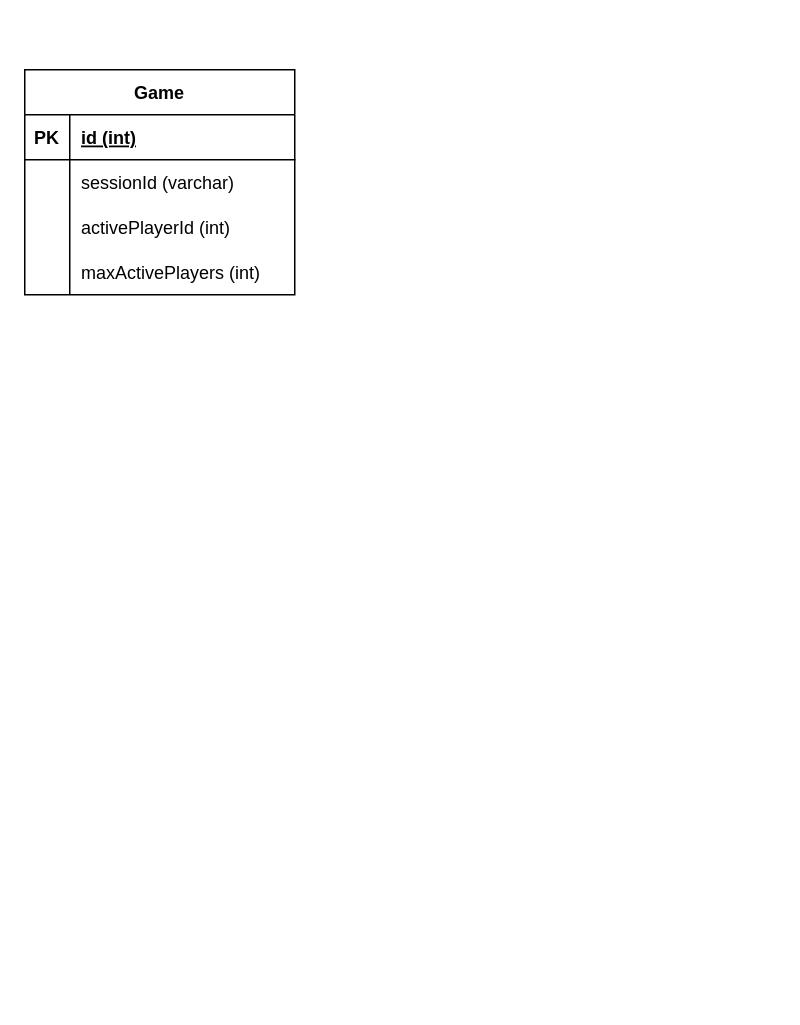
Fabi-M/GameOfThronesMonopoly keeps this draw.io diagram as Doku/Datenbank.drawio. Above is the earlier version. Source tidied: cells renumbered, new cells numbered last; positions are measured from the earlier drawing's top-left corner, leaving out a move shared by most shapes. Both pictures are drawn from the tidied source at 150%, with x=0, y=0 at pixel (24, 69).
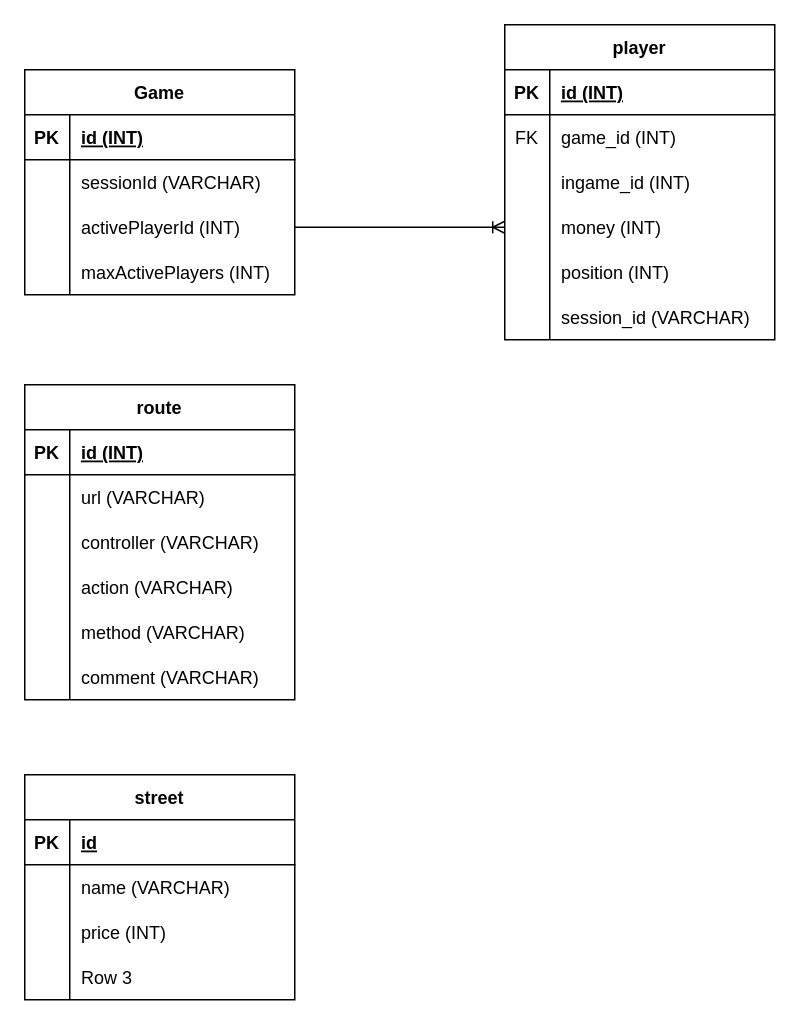
After the change.

Commit message:
UPDATED Datenbank ERM

The change refers to these unchanged cells:
```xml
<mxCell id="3" style="shape=tableRow;horizontal=0;startSize=0;swimlaneHead=0;swimlaneBody=0;fillColor=none;top=0;left=0;right=0;bottom=1;" parent="2" vertex="1">
  <mxGeometry y="30" width="180" height="30" as="geometry" />
</mxCell>
<mxCell id="6" style="shape=tableRow;horizontal=0;startSize=0;swimlaneHead=0;swimlaneBody=0;fillColor=none;top=0;left=0;right=0;bottom=0;" parent="2" vertex="1">
  <mxGeometry y="60" width="180" height="30" as="geometry" />
</mxCell>
<mxCell id="9" style="shape=tableRow;horizontal=0;startSize=0;swimlaneHead=0;swimlaneBody=0;fillColor=none;points=[[0,0.5],[1,0.5]];portConstraint=eastwest;top=0;left=0;right=0;bottom=0;" parent="2" vertex="1">
  <mxGeometry y="90" width="180" height="30" as="geometry" />
</mxCell>
<mxCell id="12" style="shape=tableRow;horizontal=0;startSize=0;swimlaneHead=0;swimlaneBody=0;fillColor=none;top=0;left=0;right=0;bottom=0;" parent="2" vertex="1">
  <mxGeometry y="120" width="180" height="30" as="geometry" />
</mxCell>
```

What changed in the source:
```diff
@@
-    <mxCell id="5" value="id (int)" style="shape=partialRectangle;fillColor=none;top=0;left=0;bottom=0;right=0;align=left;spacingLeft=6;fontStyle=5;overflow=hidden;" parent="3" vertex="1">
+    <mxCell id="5" value="id (INT)" style="shape=partialRectangle;fillColor=none;top=0;left=0;bottom=0;right=0;align=left;spacingLeft=6;fontStyle=5;overflow=hidden;" parent="3" vertex="1">
       <mxGeometry x="30" width="150" height="30" as="geometry" />
     </mxCell>
@@
-    <mxCell id="8" value="sessionId (varchar)" style="shape=partialRectangle;fillColor=none;top=0;left=0;bottom=0;right=0;align=left;spacingLeft=6;overflow=hidden;" parent="6" vertex="1">
+    <mxCell id="8" value="sessionId (VARCHAR)" style="shape=partialRectangle;fillColor=none;top=0;left=0;bottom=0;right=0;align=left;spacingLeft=6;overflow=hidden;" parent="6" vertex="1">
       <mxGeometry x="30" width="150" height="30" as="geometry" />
     </mxCell>
@@
-    <mxCell id="11" value="activePlayerId (int)" style="shape=partialRectangle;fillColor=none;top=0;left=0;bottom=0;right=0;align=left;spacingLeft=6;overflow=hidden;" parent="9" vertex="1">
+    <mxCell id="11" value="activePlayerId (INT)" style="shape=partialRectangle;fillColor=none;top=0;left=0;bottom=0;right=0;align=left;spacingLeft=6;overflow=hidden;" parent="9" vertex="1">
       <mxGeometry x="30" width="150" height="30" as="geometry" />
     </mxCell>
@@
-    <mxCell id="14" value="maxActivePlayers (int)" style="shape=partialRectangle;fillColor=none;top=0;left=0;bottom=0;right=0;align=left;spacingLeft=6;overflow=hidden;" parent="12" vertex="1">
+    <mxCell id="14" value="maxActivePlayers (INT)" style="shape=partialRectangle;fillColor=none;top=0;left=0;bottom=0;right=0;align=left;spacingLeft=6;overflow=hidden;" parent="12" vertex="1">
       <mxGeometry x="30" width="150" height="30" as="geometry" />
     </mxCell>
+    <mxCell id="15" value="player" style="shape=table;startSize=30;childLayout=tableLayout;rowLines=0;fontStyle=1;align=center;" parent="1" vertex="1">
+      <mxGeometry x="320" y="-30" width="180" height="210" as="geometry" />
+    </mxCell>
+    <mxCell id="16" style="shape=tableRow;horizontal=0;startSize=0;swimlaneHead=0;swimlaneBody=0;fillColor=none;top=0;left=0;right=0;bottom=1;" parent="15" vertex="1">
+      <mxGeometry y="30" width="180" height="30" as="geometry" />
+    </mxCell>
+    <mxCell id="17" value="PK" style="shape=partialRectangle;fillColor=none;top=0;left=0;bottom=0;right=0;fontStyle=1;overflow=hidden;" parent="16" vertex="1">
+      <mxGeometry width="30" height="30" as="geometry" />
+    </mxCell>
+    <mxCell id="18" value="id (INT)" style="shape=partialRectangle;fillColor=none;top=0;left=0;bottom=0;right=0;align=left;spacingLeft=6;fontStyle=5;overflow=hidden;" parent="16" vertex="1">
+      <mxGeometry x="30" width="150" height="30" as="geometry" />
+    </mxCell>
+    <mxCell id="19" style="shape=tableRow;horizontal=0;startSize=0;swimlaneHead=0;swimlaneBody=0;fillColor=none;top=0;left=0;right=0;bottom=0;" parent="15" vertex="1">
+      <mxGeometry y="60" width="180" height="30" as="geometry" />
+    </mxCell>
+    <mxCell id="20" value="FK" style="shape=partialRectangle;fillColor=none;top=0;left=0;bottom=0;right=0;overflow=hidden;" parent="19" vertex="1">
+      <mxGeometry width="30" height="30" as="geometry" />
+    </mxCell>
+    <mxCell id="21" value="game_id (INT)" style="shape=partialRectangle;fillColor=none;top=0;left=0;bottom=0;right=0;align=left;spacingLeft=6;overflow=hidden;" parent="19" vertex="1">
+      <mxGeometry x="30" width="150" height="30" as="geometry" />
+    </mxCell>
+    <mxCell id="22" style="shape=tableRow;horizontal=0;startSize=0;swimlaneHead=0;swimlaneBody=0;fillColor=none;top=0;left=0;right=0;bottom=0;" parent="15" vertex="1">
+      <mxGeometry y="90" width="180" height="30" as="geometry" />
+    </mxCell>
+    <mxCell id="23" style="shape=partialRectangle;fillColor=none;top=0;left=0;bottom=0;right=0;overflow=hidden;" parent="22" vertex="1">
+      <mxGeometry width="30" height="30" as="geometry" />
+    </mxCell>
+    <mxCell id="24" value="ingame_id (INT)" style="shape=partialRectangle;fillColor=none;top=0;left=0;bottom=0;right=0;align=left;spacingLeft=6;overflow=hidden;" parent="22" vertex="1">
+      <mxGeometry x="30" width="150" height="30" as="geometry" />
+    </mxCell>
+    <mxCell id="25" style="shape=tableRow;horizontal=0;startSize=0;swimlaneHead=0;swimlaneBody=0;fillColor=none;points=[[0,0.5],[1,0.5]];portConstraint=eastwest;top=0;left=0;right=0;bottom=0;" parent="15" vertex="1">
+      <mxGeometry y="120" width="180" height="30" as="geometry" />
+    </mxCell>
+    <mxCell id="26" style="shape=partialRectangle;fillColor=none;top=0;left=0;bottom=0;right=0;overflow=hidden;" parent="25" vertex="1">
+      <mxGeometry width="30" height="30" as="geometry" />
+    </mxCell>
+    <mxCell id="27" value="money (INT)" style="shape=partialRectangle;fillColor=none;top=0;left=0;bottom=0;right=0;align=left;spacingLeft=6;overflow=hidden;" parent="25" vertex="1">
+      <mxGeometry x="30" width="150" height="30" as="geometry" />
+    </mxCell>
+    <mxCell id="28" style="shape=tableRow;horizontal=0;startSize=0;swimlaneHead=0;swimlaneBody=0;fillColor=none;top=0;left=0;right=0;bottom=0;" parent="15" vertex="1">
+      <mxGeometry y="150" width="180" height="30" as="geometry" />
+    </mxCell>
+    <mxCell id="29" style="shape=partialRectangle;fillColor=none;top=0;left=0;bottom=0;right=0;overflow=hidden;" parent="28" vertex="1">
+      <mxGeometry width="30" height="30" as="geometry" />
+    </mxCell>
+    <mxCell id="30" value="position (INT)" style="shape=partialRectangle;fillColor=none;top=0;left=0;bottom=0;right=0;align=left;spacingLeft=6;overflow=hidden;" parent="28" vertex="1">
+      <mxGeometry x="30" width="150" height="30" as="geometry" />
+    </mxCell>
+    <mxCell id="31" style="shape=tableRow;horizontal=0;startSize=0;swimlaneHead=0;swimlaneBody=0;fillColor=none;top=0;left=0;right=0;bottom=0;" parent="15" vertex="1">
+      <mxGeometry y="180" width="180" height="30" as="geometry" />
+    </mxCell>
+    <mxCell id="32" style="shape=partialRectangle;fillColor=none;top=0;left=0;bottom=0;right=0;overflow=hidden;" parent="31" vertex="1">
+      <mxGeometry width="30" height="30" as="geometry" />
+    </mxCell>
+    <mxCell id="33" value="session_id (VARCHAR)" style="shape=partialRectangle;fillColor=none;top=0;left=0;bottom=0;right=0;align=left;spacingLeft=6;overflow=hidden;" parent="31" vertex="1">
+      <mxGeometry x="30" width="150" height="30" as="geometry" />
+    </mxCell>
+    <mxCell id="34" value="route" style="shape=table;startSize=30;childLayout=tableLayout;rowLines=0;fontStyle=1;align=center;" parent="1" vertex="1">
+      <mxGeometry y="210" width="180" height="210" as="geometry" />
+    </mxCell>
+    <mxCell id="35" style="shape=tableRow;horizontal=0;startSize=0;swimlaneHead=0;swimlaneBody=0;fillColor=none;top=0;left=0;right=0;bottom=1;" parent="34" vertex="1">
+      <mxGeometry y="30" width="180" height="30" as="geometry" />
+    </mxCell>
+    <mxCell id="36" value="PK" style="shape=partialRectangle;fillColor=none;top=0;left=0;bottom=0;right=0;fontStyle=1;overflow=hidden;" parent="35" vertex="1">
+      <mxGeometry width="30" height="30" as="geometry" />
+    </mxCell>
+    <mxCell id="37" value="id (INT)" style="shape=partialRectangle;fillColor=none;top=0;left=0;bottom=0;right=0;align=left;spacingLeft=6;fontStyle=5;overflow=hidden;" parent="35" vertex="1">
+      <mxGeometry x="30" width="150" height="30" as="geometry" />
+    </mxCell>
+    <mxCell id="38" style="shape=tableRow;horizontal=0;startSize=0;swimlaneHead=0;swimlaneBody=0;fillColor=none;top=0;left=0;right=0;bottom=0;" parent="34" vertex="1">
+      <mxGeometry y="60" width="180" height="30" as="geometry" />
+    </mxCell>
+    <mxCell id="39" style="shape=partialRectangle;fillColor=none;top=0;left=0;bottom=0;right=0;overflow=hidden;" parent="38" vertex="1">
+      <mxGeometry width="30" height="30" as="geometry" />
+    </mxCell>
+    <mxCell id="40" value="url (VARCHAR)" style="shape=partialRectangle;fillColor=none;top=0;left=0;bottom=0;right=0;align=left;spacingLeft=6;overflow=hidden;" parent="38" vertex="1">
+      <mxGeometry x="30" width="150" height="30" as="geometry" />
+    </mxCell>
+    <mxCell id="41" style="shape=tableRow;horizontal=0;startSize=0;swimlaneHead=0;swimlaneBody=0;fillColor=none;top=0;left=0;right=0;bottom=0;" parent="34" vertex="1">
+      <mxGeometry y="90" width="180" height="30" as="geometry" />
+    </mxCell>
+    <mxCell id="42" style="shape=partialRectangle;fillColor=none;top=0;left=0;bottom=0;right=0;overflow=hidden;" parent="41" vertex="1">
+      <mxGeometry width="30" height="30" as="geometry" />
+    </mxCell>
+    <mxCell id="43" value="controller (VARCHAR)" style="shape=partialRectangle;fillColor=none;top=0;left=0;bottom=0;right=0;align=left;spacingLeft=6;overflow=hidden;" parent="41" vertex="1">
+      <mxGeometry x="30" width="150" height="30" as="geometry" />
+    </mxCell>
+    <mxCell id="44" style="shape=tableRow;horizontal=0;startSize=0;swimlaneHead=0;swimlaneBody=0;fillColor=none;top=0;left=0;right=0;bottom=0;" parent="34" vertex="1">
+      <mxGeometry y="120" width="180" height="30" as="geometry" />
+    </mxCell>
+    <mxCell id="45" style="shape=partialRectangle;fillColor=none;top=0;left=0;bottom=0;right=0;overflow=hidden;" parent="44" vertex="1">
+      <mxGeometry width="30" height="30" as="geometry" />
+    </mxCell>
+    <mxCell id="46" value="action (VARCHAR)" style="shape=partialRectangle;fillColor=none;top=0;left=0;bottom=0;right=0;align=left;spacingLeft=6;overflow=hidden;" parent="44" vertex="1">
+      <mxGeometry x="30" width="150" height="30" as="geometry" />
+    </mxCell>
+    <mxCell id="47" style="shape=tableRow;horizontal=0;startSize=0;swimlaneHead=0;swimlaneBody=0;fillColor=none;top=0;left=0;right=0;bottom=0;" parent="34" vertex="1">
+      <mxGeometry y="150" width="180" height="30" as="geometry" />
+    </mxCell>
+    <mxCell id="48" style="shape=partialRectangle;fillColor=none;top=0;left=0;bottom=0;right=0;overflow=hidden;" parent="47" vertex="1">
+      <mxGeometry width="30" height="30" as="geometry" />
+    </mxCell>
+    <mxCell id="49" value="method (VARCHAR)" style="shape=partialRectangle;fillColor=none;top=0;left=0;bottom=0;right=0;align=left;spacingLeft=6;overflow=hidden;" parent="47" vertex="1">
+      <mxGeometry x="30" width="150" height="30" as="geometry" />
+    </mxCell>
+    <mxCell id="50" style="shape=tableRow;horizontal=0;startSize=0;swimlaneHead=0;swimlaneBody=0;fillColor=none;top=0;left=0;right=0;bottom=0;" parent="34" vertex="1">
+      <mxGeometry y="180" width="180" height="30" as="geometry" />
+    </mxCell>
+    <mxCell id="51" style="shape=partialRectangle;fillColor=none;top=0;left=0;bottom=0;right=0;overflow=hidden;" parent="50" vertex="1">
+      <mxGeometry width="30" height="30" as="geometry" />
+    </mxCell>
+    <mxCell id="52" value="comment (VARCHAR)" style="shape=partialRectangle;fillColor=none;top=0;left=0;bottom=0;right=0;align=left;spacingLeft=6;overflow=hidden;" parent="50" vertex="1">
+      <mxGeometry x="30" width="150" height="30" as="geometry" />
+    </mxCell>
+    <mxCell id="53" value="street" style="shape=table;startSize=30;childLayout=tableLayout;rowLines=0;fontStyle=1;align=center;" parent="1" vertex="1">
+      <mxGeometry y="470" width="180" height="150" as="geometry" />
+    </mxCell>
+    <mxCell id="54" style="shape=tableRow;horizontal=0;startSize=0;swimlaneHead=0;swimlaneBody=0;fillColor=none;top=0;left=0;right=0;bottom=1;" parent="53" vertex="1">
+      <mxGeometry y="30" width="180" height="30" as="geometry" />
+    </mxCell>
+    <mxCell id="55" value="PK" style="shape=partialRectangle;fillColor=none;top=0;left=0;bottom=0;right=0;fontStyle=1;overflow=hidden;" parent="54" vertex="1">
+      <mxGeometry width="30" height="30" as="geometry" />
+    </mxCell>
+    <mxCell id="56" value="id" style="shape=partialRectangle;fillColor=none;top=0;left=0;bottom=0;right=0;align=left;spacingLeft=6;fontStyle=5;overflow=hidden;" parent="54" vertex="1">
+      <mxGeometry x="30" width="150" height="30" as="geometry" />
+    </mxCell>
+    <mxCell id="57" style="shape=tableRow;horizontal=0;startSize=0;swimlaneHead=0;swimlaneBody=0;fillColor=none;top=0;left=0;right=0;bottom=0;" parent="53" vertex="1">
+      <mxGeometry y="60" width="180" height="30" as="geometry" />
+    </mxCell>
+    <mxCell id="58" style="shape=partialRectangle;fillColor=none;top=0;left=0;bottom=0;right=0;overflow=hidden;" parent="57" vertex="1">
+      <mxGeometry width="30" height="30" as="geometry" />
+    </mxCell>
+    <mxCell id="59" value="name (VARCHAR)" style="shape=partialRectangle;fillColor=none;top=0;left=0;bottom=0;right=0;align=left;spacingLeft=6;overflow=hidden;" parent="57" vertex="1">
+      <mxGeometry x="30" width="150" height="30" as="geometry" />
+    </mxCell>
+    <mxCell id="60" style="shape=tableRow;horizontal=0;startSize=0;swimlaneHead=0;swimlaneBody=0;fillColor=none;top=0;left=0;right=0;bottom=0;" parent="53" vertex="1">
+      <mxGeometry y="90" width="180" height="30" as="geometry" />
+    </mxCell>
+    <mxCell id="61" style="shape=partialRectangle;fillColor=none;top=0;left=0;bottom=0;right=0;overflow=hidden;" parent="60" vertex="1">
+      <mxGeometry width="30" height="30" as="geometry" />
+    </mxCell>
+    <mxCell id="62" value="price (INT)" style="shape=partialRectangle;fillColor=none;top=0;left=0;bottom=0;right=0;align=left;spacingLeft=6;overflow=hidden;" parent="60" vertex="1">
+      <mxGeometry x="30" width="150" height="30" as="geometry" />
+    </mxCell>
+    <mxCell id="63" style="shape=tableRow;horizontal=0;startSize=0;swimlaneHead=0;swimlaneBody=0;fillColor=none;top=0;left=0;right=0;bottom=0;" parent="53" vertex="1">
+      <mxGeometry y="120" width="180" height="30" as="geometry" />
+    </mxCell>
+    <mxCell id="64" style="shape=partialRectangle;fillColor=none;top=0;left=0;bottom=0;right=0;overflow=hidden;" parent="63" vertex="1">
+      <mxGeometry width="30" height="30" as="geometry" />
+    </mxCell>
+    <mxCell id="65" value="Row 3" style="shape=partialRectangle;fillColor=none;top=0;left=0;bottom=0;right=0;align=left;spacingLeft=6;overflow=hidden;" parent="63" vertex="1">
+      <mxGeometry x="30" width="150" height="30" as="geometry" />
+    </mxCell>
+    <mxCell id="66" style="edgeStyle=entityRelationEdgeStyle;fontSize=12;html=1;endArrow=ERoneToMany;rounded=0;exitX=1;exitY=0.5;exitDx=0;exitDy=0;entryX=0;entryY=0.5;entryDx=0;entryDy=0;" parent="1" edge="1" source="9" target="25">
+      <mxGeometry relative="1" as="geometry" />
+    </mxCell>
```
